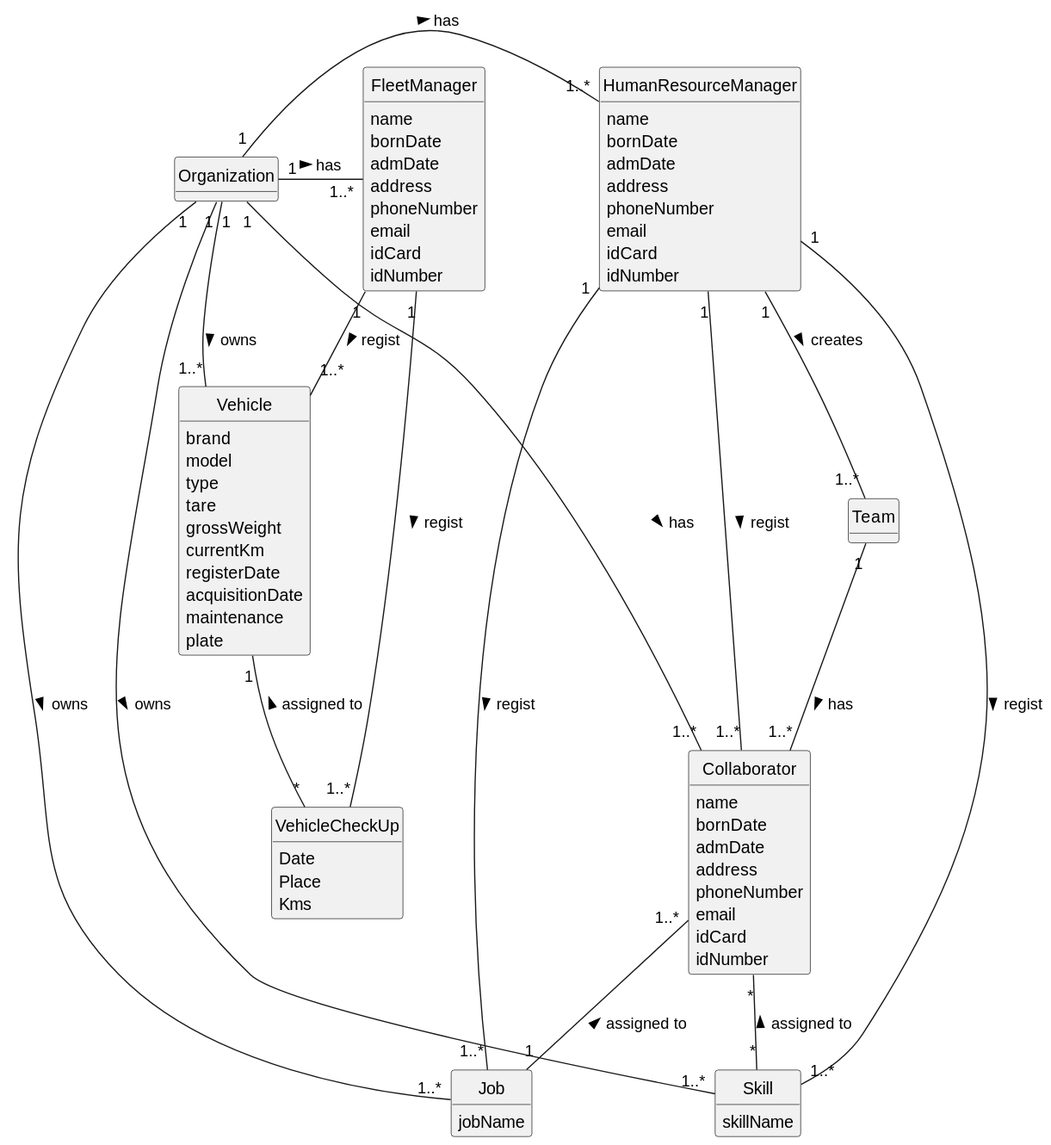
The PlantUML diagram docs/sprint1/global-artifacts/02.analysis/svg/project-domain-model.svg in 1231360-ISEP/lei-24-s2-1db-g021, before a commit.
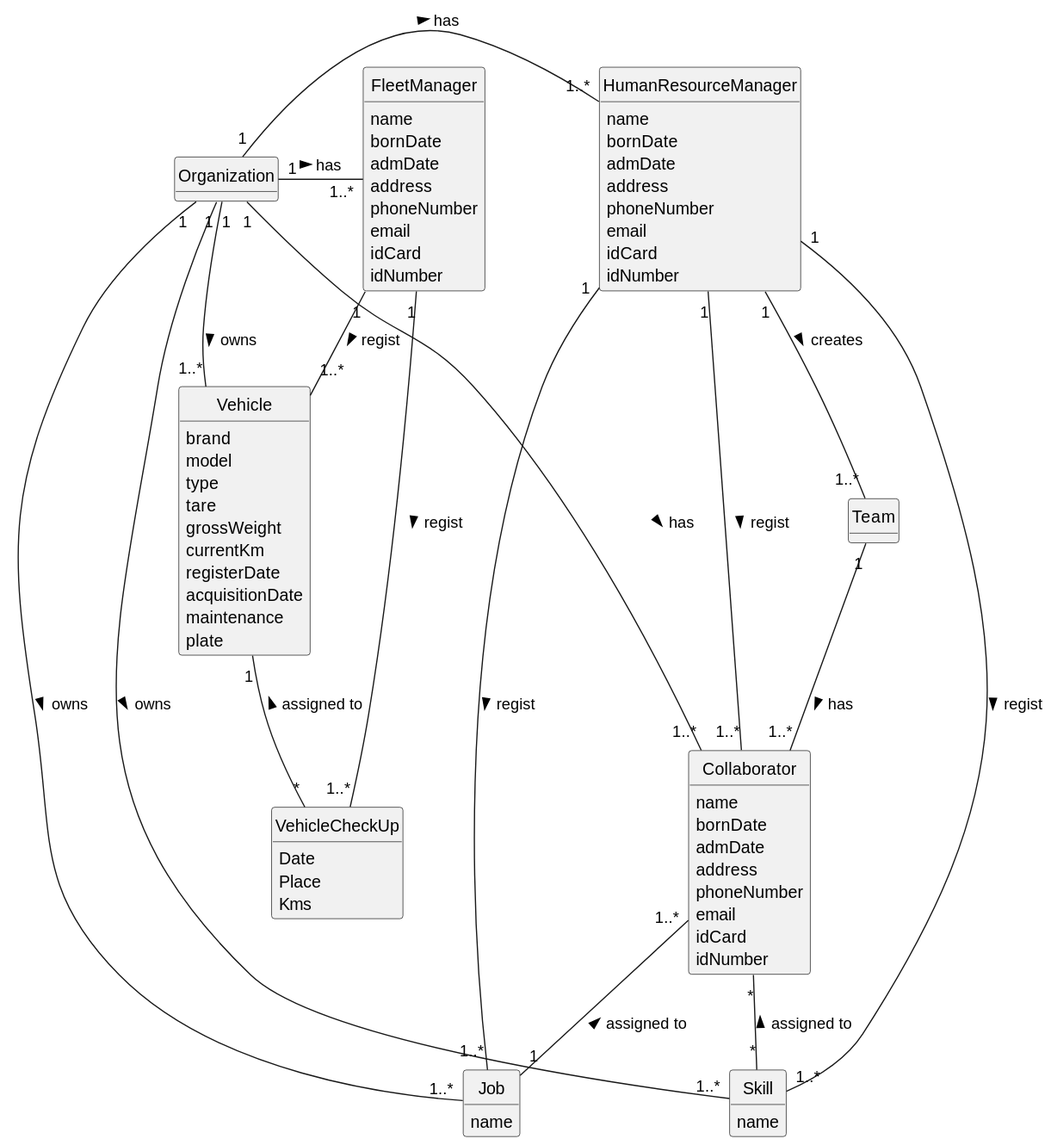
Above is the later version.

Diff of the diagram source:
```diff
@@ -44,11 +44,11 @@
 }
 
 class Skill {
-    skillName
+    name
 }
 
 class Job {
-    jobName
+    name
 }
 
 class Team {
```
